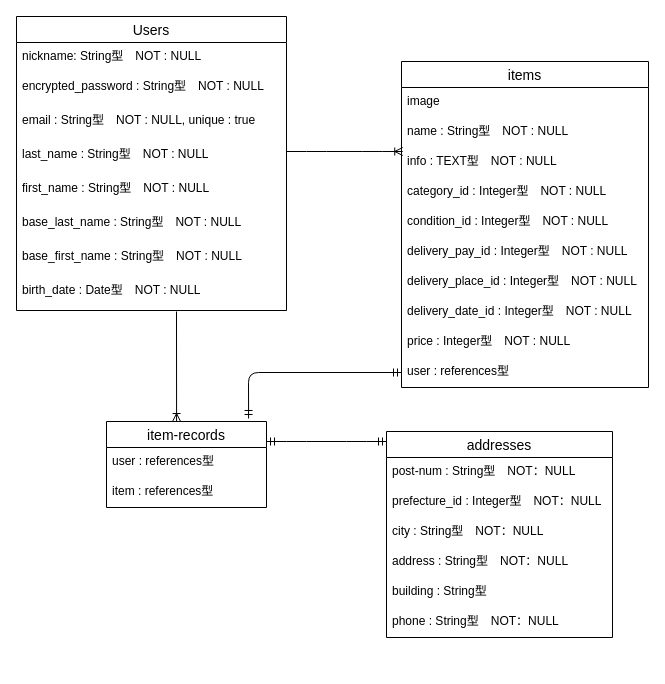
Above: DBTable.dio in Haru65PF/furima-34560 (draw.io), before the change. Source tidied: cells renumbered, new cells numbered last; positions are measured from the earlier drawing's top-left corner, leaving out a move shared by most shapes. Both pictures are drawn from the tidied source at 100%, with x=0, y=0 at pixel (16, 16).
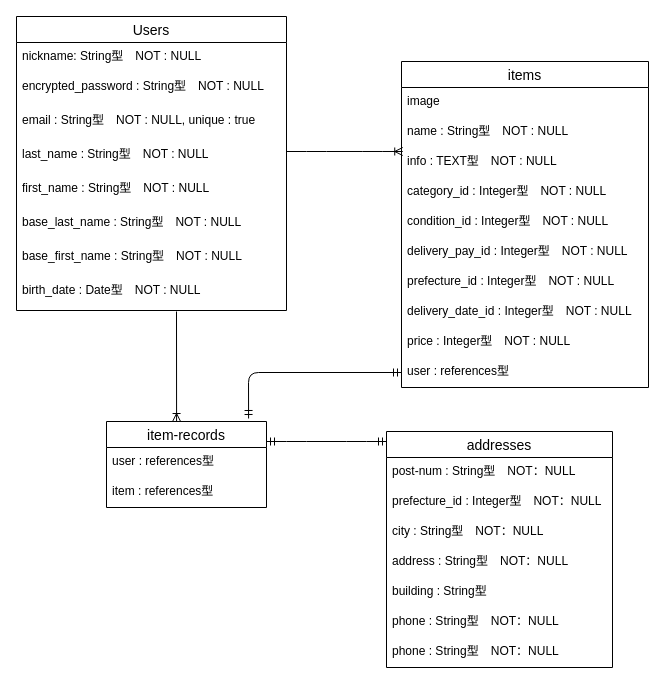
After the change.

The change refers to these unchanged cells:
```xml
<mxCell id="11" value="items" style="swimlane;fontStyle=0;horizontal=1;startSize=26;align=center;fontSize=14;" parent="1" vertex="1">
  <mxGeometry x="385" y="45" width="247" height="326" as="geometry" />
</mxCell>
```

What changed in the source:
```diff
@@
-    <mxCell id="18" value="delivery_place_id : Integer型　NOT : NULL" style="text;strokeColor=none;fillColor=none;spacingLeft=4;spacingRight=4;overflow=hidden;fontSize=12;" parent="11" vertex="1">
+    <mxCell id="18" value="prefecture_id : Integer型　NOT : NULL" style="text;strokeColor=none;fillColor=none;spacingLeft=4;spacingRight=4;overflow=hidden;fontSize=12;" parent="11" vertex="1">
       <mxGeometry y="206" width="247" height="30" as="geometry" />
     </mxCell>
@@
     <mxCell id="22" value="addresses" style="swimlane;fontStyle=0;horizontal=1;startSize=26;align=center;fontSize=14;" parent="1" vertex="1">
-      <mxGeometry x="370" y="415" width="226" height="206" as="geometry" />
+      <mxGeometry x="370" y="415" width="226" height="236" as="geometry" />
     </mxCell>
@@
+    <mxCell id="36" value="phone : String型　NOT：NULL" style="text;strokeColor=none;fillColor=none;spacingLeft=4;spacingRight=4;overflow=hidden;fontSize=12;" parent="22" vertex="1">
+      <mxGeometry y="206" width="226" height="30" as="geometry" />
+    </mxCell>
```
